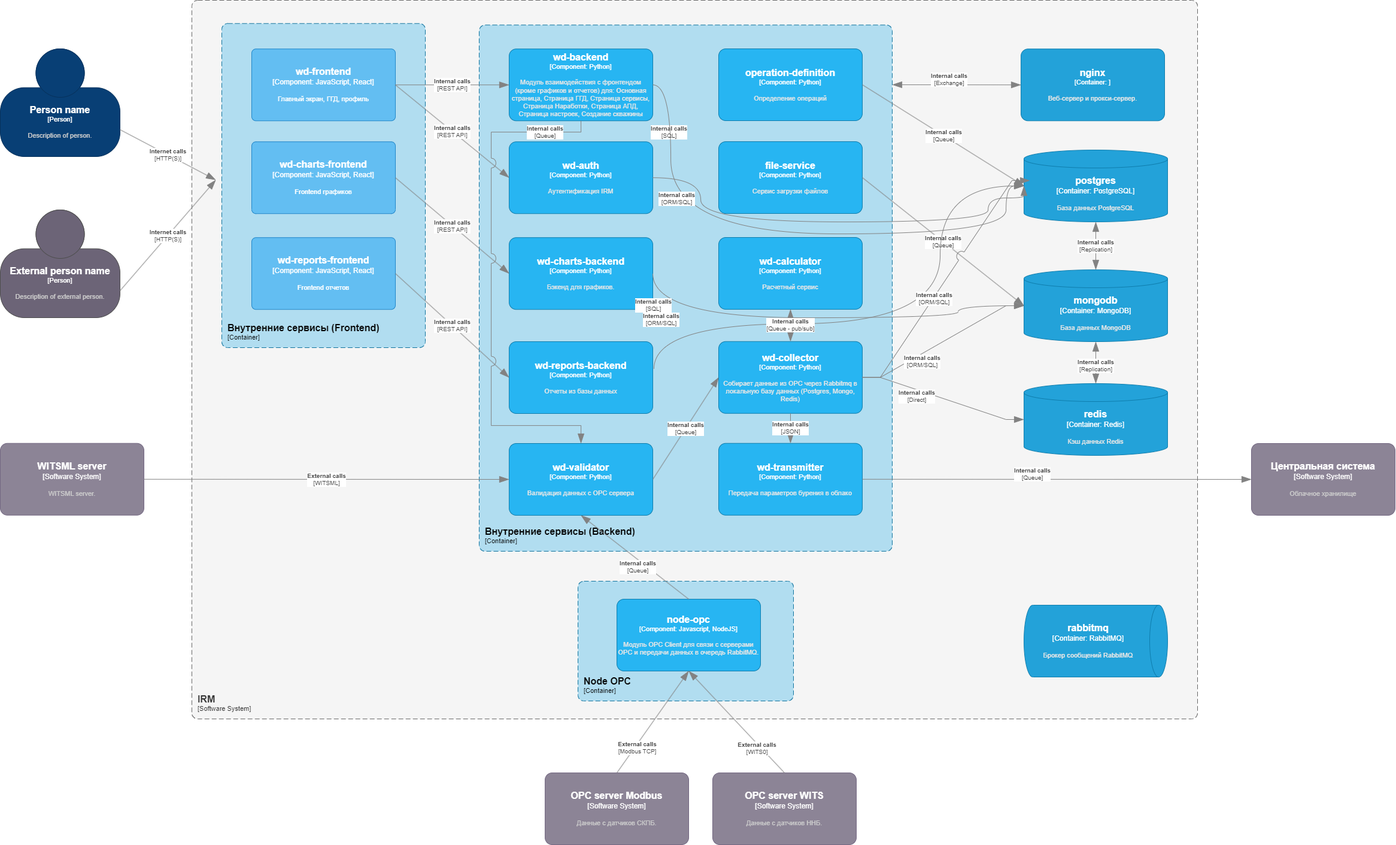
The draw.io diagram ADL/ADR7_data/containers_diagram.png in szurs2006/otusproject, before a commit. Source tidied: cells renumbered, new cells last; positions are measured from the earlier drawing's top-left corner, leaving out a move shared by most shapes.
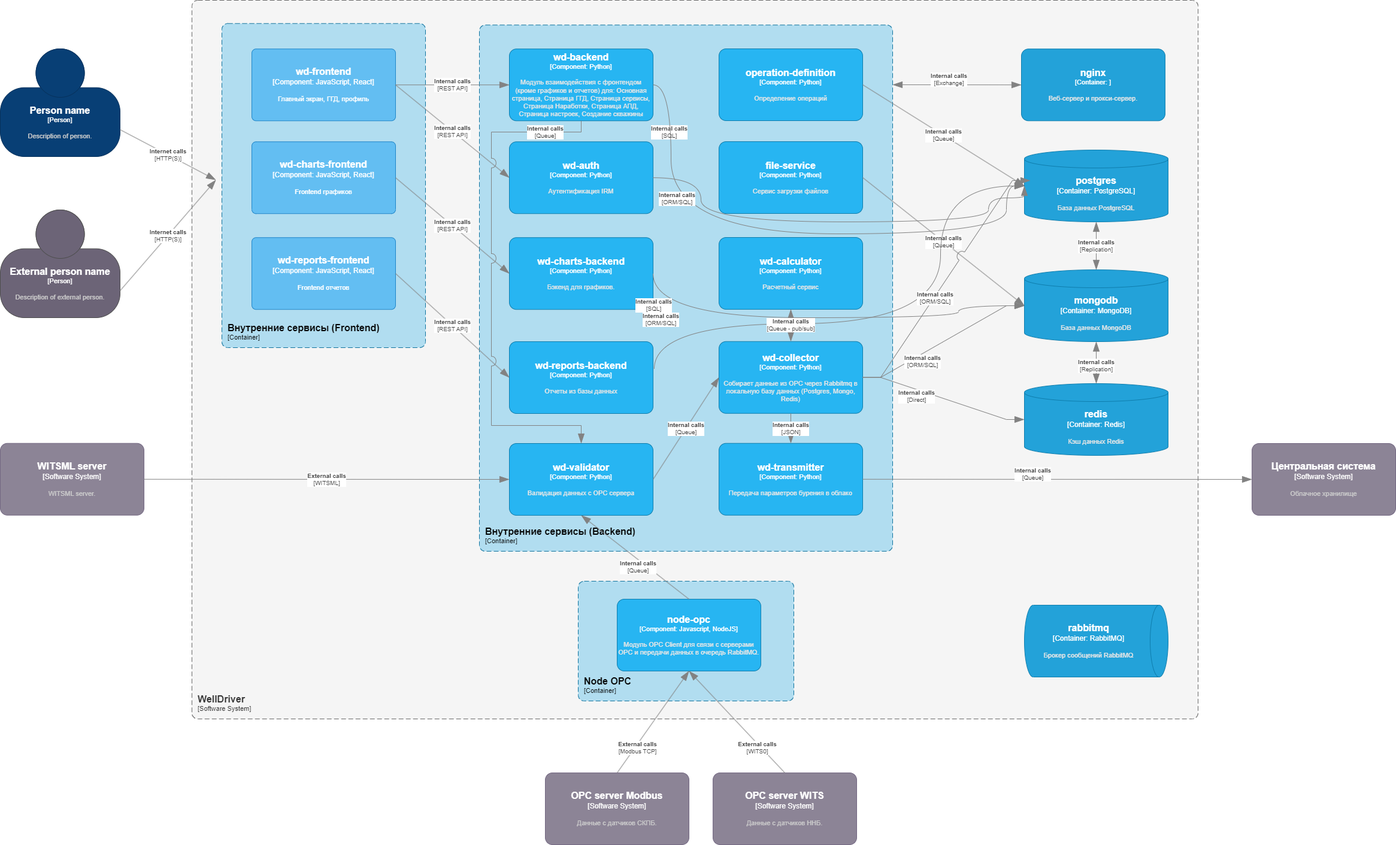
Later version of the same file.

Diff of the diagram source:
```diff
@@ -2,7 +2,7 @@
   <root>
     <mxCell id="0" />
     <mxCell id="1" parent="0" />
-    <object id="2" label="&lt;font style=&quot;font-size: 16px&quot;&gt;&lt;b&gt;&lt;div style=&quot;text-align: left&quot;&gt;%c4Name%&lt;/div&gt;&lt;/b&gt;&lt;/font&gt;&lt;div style=&quot;text-align: left&quot;&gt;[%c4Application%]&lt;/div&gt;" c4Application="Software System" c4Name="IRM" c4Type="SystemScopeBoundary" placeholders="1">
+    <object id="2" label="&lt;font style=&quot;font-size: 16px&quot;&gt;&lt;b&gt;&lt;div style=&quot;text-align: left&quot;&gt;%c4Name%&lt;/div&gt;&lt;/b&gt;&lt;/font&gt;&lt;div style=&quot;text-align: left&quot;&gt;[%c4Application%]&lt;/div&gt;" c4Application="Software System" c4Name="WellDriver" c4Type="SystemScopeBoundary" placeholders="1">
       <mxCell style="rounded=1;fontSize=11;whiteSpace=wrap;html=1;dashed=1;arcSize=20;fillColor=#f5f5f5;strokeColor=#666666;labelBackgroundColor=none;align=left;verticalAlign=bottom;labelBorderColor=none;spacingTop=0;spacing=10;dashPattern=8 4;perimeter=rectanglePerimeter;noLabel=0;labelPadding=0;absoluteArcSize=1;fontColor=#333333;" parent="1" vertex="1">
         <mxGeometry x="320" width="1680" height="1200" as="geometry" />
       </mxCell>
```
